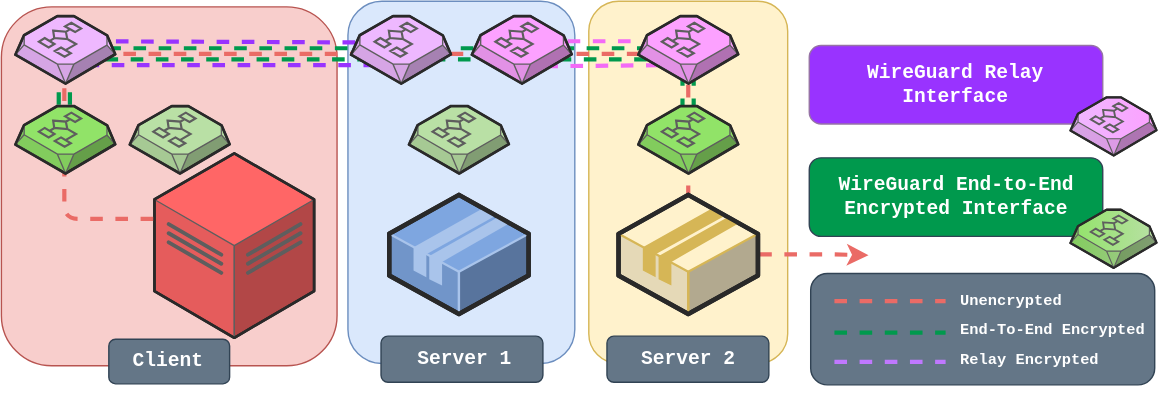
Before: media/Wiretap_E2EE.svg, a diagram exported from draw.io (sandialabs/wiretap). Source tidied: cells renumbered, new cells last; positions are measured from the earlier drawing's top-left corner, leaving out a move shared by most shapes.
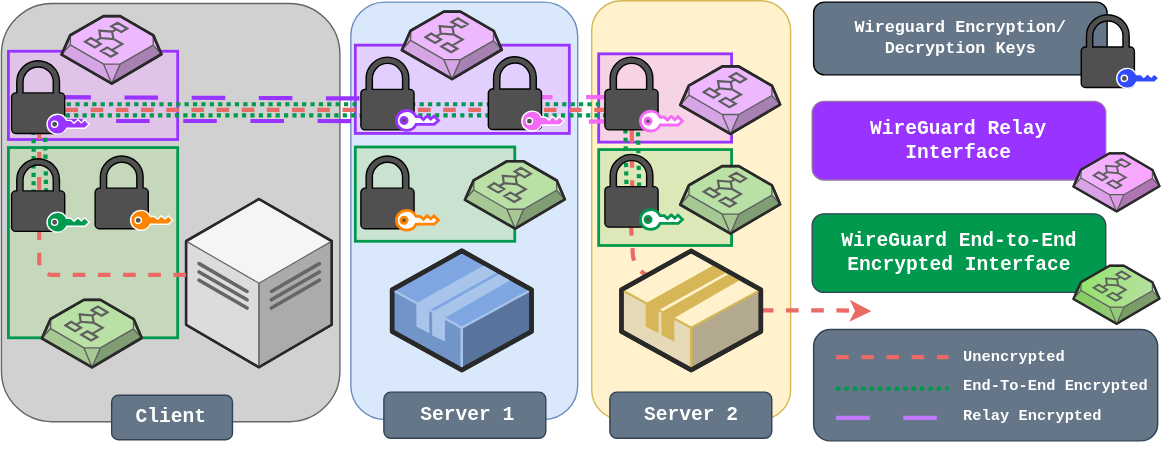
The same diagram one commit later.

Commit message:
better e2ee diagram

Change to the diagram source:
```diff
@@ -5,16 +5,35 @@
     <mxCell id="2" style="rounded=1;whiteSpace=wrap;html=1;fillColor=#fff2cc;strokeColor=#d6b656;" parent="1" vertex="1">
-      <mxGeometry x="420" y="0.4" width="142.2" height="259.1" as="geometry" />
+      <mxGeometry x="420" y="-40" width="142.2" height="299.4" as="geometry" />
     </mxCell>
     <mxCell id="3" style="rounded=1;whiteSpace=wrap;html=1;fillColor=#dae8fc;strokeColor=#6c8ebf;" parent="1" vertex="1">
-      <mxGeometry x="247.8" y="0.4" width="162.2" height="259.1" as="geometry" />
+      <mxGeometry x="247.8" y="-39" width="162.2" height="298.4" as="geometry" />
     </mxCell>
+    <mxCell id="48" style="rounded=0;whiteSpace=wrap;html=1;fillColor=#eeb8ff;strokeColor=#9933ff;strokeWidth=2;fillStyle=solid;fillOpacity=50;" parent="1" vertex="1">
+      <mxGeometry x="251" y="-8.2" width="153" height="63.1" as="geometry" />
+    </mxCell>
+    <mxCell id="49" style="rounded=0;whiteSpace=wrap;html=1;fillColor=#b9e0a5;strokeColor=#00994d;strokeWidth=2;fillStyle=solid;fillOpacity=50;" parent="1" vertex="1">
+      <mxGeometry x="251" y="64.6" width="114" height="67.4" as="geometry" />
+    </mxCell>
+    <mxCell id="50" style="rounded=0;whiteSpace=wrap;html=1;fillColor=#eeb8ff;strokeColor=#9933ff;strokeWidth=2;fillStyle=solid;fillOpacity=50;" parent="1" vertex="1">
+      <mxGeometry x="425" y="-2" width="95" height="63.1" as="geometry" />
+    </mxCell>
-    <mxCell id="4" style="rounded=1;whiteSpace=wrap;html=1;fillColor=#f8cecc;strokeColor=#b85450;" parent="1" vertex="1">
-      <mxGeometry y="4.4" width="240" height="256.6" as="geometry" />
+    <mxCell id="4" style="rounded=1;whiteSpace=wrap;html=1;fillColor=#D1D1D1;strokeColor=#666666;fontColor=#333333;" parent="1" vertex="1">
+      <mxGeometry x="-2" y="-38" width="242" height="299" as="geometry" />
     </mxCell>
+    <mxCell id="51" style="rounded=0;whiteSpace=wrap;html=1;fillColor=#b9e0a5;strokeColor=#00994d;strokeWidth=2;fillStyle=solid;fillOpacity=50;" parent="1" vertex="1">
+      <mxGeometry x="3" y="65" width="121" height="136" as="geometry" />
+    </mxCell>
+    <mxCell id="52" style="rounded=0;whiteSpace=wrap;html=1;fillColor=#eeb8ff;strokeColor=#9933ff;strokeWidth=2;fillStyle=solid;fillOpacity=50;" parent="1" vertex="1">
+      <mxGeometry x="3" y="-3.9" width="121" height="63.1" as="geometry" />
+    </mxCell>
-    <mxCell id="5" style="edgeStyle=orthogonalEdgeStyle;jettySize=auto;html=1;endArrow=none;endFill=0;dashed=1;rounded=1;strokeColor=#00994d;strokeWidth=3;flowAnimation=1;" parent="1" edge="1" source="41">
+    <mxCell id="5" style="edgeStyle=orthogonalEdgeStyle;orthogonalLoop=1;jettySize=auto;html=1;endArrow=none;endFill=0;dashed=1;rounded=1;strokeColor=#00994d;strokeWidth=3;flowAnimation=1;dashPattern=1 1;" parent="1" edge="1">
       <mxGeometry relative="1" as="geometry">
-        <mxPoint x="496" y="42" as="targetPoint" />
+        <mxPoint x="30" y="109" as="sourcePoint" />
+        <mxPoint x="431" y="47" as="targetPoint" />
         <Array as="points">
-          <mxPoint x="49" y="42" />
-          <mxPoint x="480" y="42" />
+          <mxPoint x="30" y="101" />
+          <mxPoint x="29" y="101" />
+          <mxPoint x="29" y="42" />
+          <mxPoint x="450" y="42" />
+          <mxPoint x="450" y="47" />
         </Array>
@@ -22,6 +41,6 @@
     </mxCell>
-    <mxCell id="6" style="edgeStyle=orthogonalEdgeStyle;orthogonalLoop=1;jettySize=auto;html=1;endArrow=none;endFill=0;dashed=1;rounded=1;strokeColor=#00994D;strokeWidth=3;flowAnimation=1;" parent="1" edge="1">
+    <mxCell id="6" style="edgeStyle=orthogonalEdgeStyle;orthogonalLoop=1;jettySize=auto;html=1;endArrow=none;endFill=0;dashed=1;rounded=1;strokeColor=#00994D;strokeWidth=3;flowAnimation=1;dashPattern=1 1;" parent="1" edge="1">
       <mxGeometry relative="1" as="geometry">
-        <mxPoint x="41" y="75.3" as="sourcePoint" />
-        <mxPoint x="510" y="34" as="targetPoint" />
+        <mxPoint x="21" y="98" as="sourcePoint" />
+        <mxPoint x="458" y="35" as="targetPoint" />
         <Array as="points">
@@ -44,4 +63,4 @@
     </mxCell>
-    <mxCell id="9" style="verticalLabelPosition=bottom;html=1;verticalAlign=top;strokeWidth=1;align=center;outlineConnect=0;dashed=0;outlineConnect=0;shape=mxgraph.aws3d.dataCenter;strokeColor=#5E5E5E;fillColor=#FF6666;gradientColor=none;" parent="1" vertex="1">
-      <mxGeometry x="109.4" y="109.2" width="114.2" height="131.8" as="geometry" />
+    <mxCell id="9" style="verticalLabelPosition=bottom;html=1;verticalAlign=top;strokeWidth=1;align=center;outlineConnect=0;dashed=0;outlineConnect=0;shape=mxgraph.aws3d.dataCenter;strokeColor=#666666;fillColor=#f5f5f5;fontColor=#333333;" parent="1" vertex="1">
+      <mxGeometry x="130" y="101.8" width="104.2" height="120.3" as="geometry" />
     </mxCell>
@@ -66,13 +85,16 @@
     <mxCell id="16" style="verticalLabelPosition=bottom;html=1;verticalAlign=top;strokeWidth=1;align=center;dashed=0;shape=mxgraph.aws3d.decider;fillColor=#b9e0a5;strokeColor=#5E5E5E;" parent="1" vertex="1">
-      <mxGeometry x="291.5" y="75.3" width="71.4" height="48.2" as="geometry" />
+      <mxGeometry x="329.4" y="74.8" width="71.4" height="48.2" as="geometry" />
     </mxCell>
+    <mxCell id="53" style="rounded=0;whiteSpace=wrap;html=1;fillColor=#b9e0a5;strokeColor=#00994d;strokeWidth=2;fillStyle=solid;fillOpacity=50;" parent="1" vertex="1">
+      <mxGeometry x="425" y="66.4" width="95" height="68.6" as="geometry" />
+    </mxCell>
-    <mxCell id="17" style="orthogonalLoop=1;jettySize=auto;html=1;endArrow=none;endFill=0;dashed=1;rounded=1;strokeColor=#9933FF;strokeWidth=3;flowAnimation=1;" parent="1" edge="1">
+    <mxCell id="17" style="orthogonalLoop=1;jettySize=auto;html=1;endArrow=none;endFill=0;dashed=1;rounded=1;strokeColor=#9933FF;strokeWidth=3;flowAnimation=1;dashPattern=8 8;" parent="1" edge="1">
       <mxGeometry relative="1" as="geometry">
-        <mxPoint x="63" y="29" as="sourcePoint" />
-        <mxPoint x="296" y="30" as="targetPoint" />
+        <mxPoint x="38" y="29" as="sourcePoint" />
+        <mxPoint x="289" y="30" as="targetPoint" />
       </mxGeometry>
     </mxCell>
-    <mxCell id="18" style="edgeStyle=orthogonalEdgeStyle;orthogonalLoop=1;jettySize=auto;html=1;endArrow=none;endFill=0;dashed=1;rounded=1;strokeColor=#9933ff;strokeWidth=3;flowAnimation=1;" parent="1" edge="1">
+    <mxCell id="18" style="edgeStyle=orthogonalEdgeStyle;orthogonalLoop=1;jettySize=auto;html=1;endArrow=none;endFill=0;dashed=1;rounded=1;strokeColor=#9933ff;strokeWidth=3;flowAnimation=1;dashPattern=8 8;" parent="1" edge="1">
       <mxGeometry relative="1" as="geometry">
-        <mxPoint x="60" y="46" as="sourcePoint" />
+        <mxPoint x="32" y="46" as="sourcePoint" />
         <mxPoint x="306" y="47" as="targetPoint" />
@@ -80,3 +102,3 @@
           <mxPoint x="290" y="46" />
-          <mxPoint x="290" y="45" />
+          <mxPoint x="306" y="45" />
         </Array>
@@ -84,4 +106,6 @@
     </mxCell>
-    <mxCell id="19" style="edgeStyle=none;rounded=1;jettySize=auto;html=1;shadow=0;dashed=1;strokeColor=#ea6b66;endArrow=none;endFill=0;strokeWidth=3;flowAnimation=1;" parent="1" edge="1" source="45" target="32">
-      <mxGeometry relative="1" as="geometry" />
+    <mxCell id="19" style="edgeStyle=none;rounded=1;jettySize=auto;html=1;shadow=0;dashed=1;strokeColor=#ea6b66;endArrow=none;endFill=0;strokeWidth=3;flowAnimation=1;" parent="1" edge="1" source="61">
+      <mxGeometry relative="1" as="geometry">
+        <mxPoint x="449" y="95" as="targetPoint" />
+      </mxGeometry>
     </mxCell>
@@ -120,3 +144,3 @@
     </mxCell>
-    <mxCell id="30" style="endArrow=none;dashed=1;html=1;rounded=0;strokeWidth=3;strokeColor=#00994d;shadow=0;flowAnimation=1;" parent="1" edge="1">
+    <mxCell id="30" style="endArrow=none;dashed=1;html=1;rounded=0;strokeWidth=3;strokeColor=#00994d;shadow=0;flowAnimation=1;dashPattern=1 1;" parent="1" edge="1">
       <mxGeometry relative="1" as="geometry">
@@ -126,3 +150,3 @@
     </mxCell>
-    <mxCell id="31" style="endArrow=none;dashed=1;html=1;rounded=0;strokeWidth=3;strokeColor=#C078FF;flowAnimation=1;" parent="1" edge="1">
+    <mxCell id="31" style="endArrow=none;dashed=1;html=1;rounded=0;strokeWidth=3;strokeColor=#C078FF;flowAnimation=1;dashPattern=8 8;" parent="1" edge="1">
       <mxGeometry relative="1" as="geometry">
@@ -132,5 +156,2 @@
     </mxCell>
-    <mxCell id="32" style="verticalLabelPosition=bottom;html=1;verticalAlign=top;strokeWidth=1;align=center;outlineConnect=0;dashed=0;outlineConnect=0;shape=mxgraph.aws3d.application2;fillColor=#fff2cc;strokeColor=#d6b656;" parent="1" vertex="1">
-      <mxGeometry x="441.3" y="138.8" width="99.7" height="85.2" as="geometry" />
-    </mxCell>
     <mxCell id="33" style="group;" parent="1" vertex="1">
@@ -148,3 +169,4 @@
         <Array as="points">
-          <mxPoint x="45" y="156" />
+          <mxPoint x="25" y="156" />
+          <mxPoint x="25" y="38" />
         </Array>
@@ -152,47 +174,110 @@
     </mxCell>
-    <mxCell id="37" style="orthogonalLoop=1;jettySize=auto;html=1;endArrow=none;endFill=0;dashed=1;rounded=1;strokeColor=#f36af6;strokeWidth=3;flowAnimation=1;" parent="1" edge="1">
+    <mxCell id="37" style="orthogonalLoop=1;jettySize=auto;html=1;endArrow=none;endFill=0;dashed=1;rounded=1;strokeColor=#f36af6;strokeWidth=3;flowAnimation=1;dashPattern=8 8;" parent="1" edge="1">
       <mxGeometry relative="1" as="geometry">
         <mxPoint x="368" y="29" as="sourcePoint" />
-        <mxPoint x="471" y="29" as="targetPoint" />
+        <mxPoint x="460" y="29" as="targetPoint" />
       </mxGeometry>
     </mxCell>
-    <mxCell id="38" style="orthogonalLoop=1;jettySize=auto;html=1;endArrow=none;endFill=0;dashed=1;rounded=1;strokeColor=#f36af6;strokeWidth=3;flowAnimation=1;" parent="1" edge="1">
+    <mxCell id="38" style="orthogonalLoop=1;jettySize=auto;html=1;endArrow=none;endFill=0;dashed=1;rounded=1;strokeColor=#f36af6;strokeWidth=3;flowAnimation=1;dashPattern=8 8;" parent="1" edge="1">
       <mxGeometry relative="1" as="geometry">
         <mxPoint x="370" y="47" as="sourcePoint" />
-        <mxPoint x="488" y="46" as="targetPoint" />
+        <mxPoint x="455" y="46" as="targetPoint" />
       </mxGeometry>
     </mxCell>
-    <mxCell id="39" style="endArrow=none;html=1;rounded=1;shadow=0;dashed=1;strokeColor=#00994d;strokeWidth=3;flowAnimation=1;" parent="1" edge="1">
+    <mxCell id="39" style="endArrow=none;html=1;rounded=1;shadow=0;dashed=1;strokeColor=#00994d;strokeWidth=3;flowAnimation=1;dashPattern=1 1;" parent="1" edge="1">
       <mxGeometry relative="1" as="geometry">
-        <mxPoint x="487" y="51" as="sourcePoint" />
-        <mxPoint x="487" y="88" as="targetPoint" />
+        <mxPoint x="444" y="46" as="sourcePoint" />
+        <mxPoint x="445" y="100" as="targetPoint" />
       </mxGeometry>
     </mxCell>
-    <mxCell id="40" style="endArrow=none;html=1;rounded=1;shadow=0;dashed=1;strokeColor=#00994d;strokeWidth=3;flowAnimation=1;" parent="1" edge="1">
+    <mxCell id="40" style="endArrow=none;html=1;rounded=1;shadow=0;dashed=1;strokeColor=#00994d;strokeWidth=3;flowAnimation=1;dashPattern=1 1;" parent="1" edge="1">
       <mxGeometry relative="1" as="geometry">
-        <mxPoint x="495" y="51" as="sourcePoint" />
-        <mxPoint x="495" y="88" as="targetPoint" />
+        <mxPoint x="453" y="48" as="sourcePoint" />
+        <mxPoint x="454" y="101.4" as="targetPoint" />
       </mxGeometry>
     </mxCell>
-    <mxCell id="41" style="verticalLabelPosition=bottom;html=1;verticalAlign=top;strokeWidth=1;align=center;outlineConnect=0;dashed=0;outlineConnect=0;shape=mxgraph.aws3d.decider;fillColor=#91e368;strokeColor=#5E5E5E;" parent="1" vertex="1">
-      <mxGeometry x="10" y="75.3" width="71.4" height="48.2" as="geometry" />
-    </mxCell>
     <mxCell id="42" style="verticalLabelPosition=bottom;html=1;verticalAlign=top;strokeWidth=1;align=center;dashed=0;shape=mxgraph.aws3d.decider;fillColor=#EEB8FF;strokeColor=#5e5e5e;" parent="1" vertex="1">
-      <mxGeometry x="10" y="11" width="71.4" height="48.2" as="geometry" />
+      <mxGeometry x="41" y="-29" width="71.4" height="48.2" as="geometry" />
     </mxCell>
     <mxCell id="43" style="verticalLabelPosition=bottom;html=1;verticalAlign=top;strokeWidth=1;align=center;dashed=0;shape=mxgraph.aws3d.decider;fillColor=#eeb8ff;strokeColor=#5E5E5E;gradientColor=none;" parent="1" vertex="1">
-      <mxGeometry x="250" y="11" width="71.4" height="48.2" as="geometry" />
+      <mxGeometry x="284.3" y="-32.2" width="71.4" height="48.2" as="geometry" />
     </mxCell>
-    <mxCell id="44" style="verticalLabelPosition=bottom;html=1;verticalAlign=top;strokeWidth=1;align=center;dashed=0;shape=mxgraph.aws3d.decider;fillColor=#FCA1FF;strokeColor=#5E5E5E;gradientColor=none;" parent="1" vertex="1">
-      <mxGeometry x="336.4" y="11" width="71.4" height="48.2" as="geometry" />
-    </mxCell>
-    <mxCell id="45" style="verticalLabelPosition=bottom;html=1;verticalAlign=top;strokeWidth=1;align=center;outlineConnect=0;outlineConnect=0;shape=mxgraph.aws3d.decider;fillColor=#fca1ff;strokeColor=#5E5E5E;gradientColor=none;" parent="1" vertex="1">
-      <mxGeometry x="455.4" y="11" width="71.4" height="48.2" as="geometry" />
+    <mxCell id="45" style="verticalLabelPosition=bottom;html=1;verticalAlign=top;strokeWidth=1;align=center;outlineConnect=0;outlineConnect=0;shape=mxgraph.aws3d.decider;fillColor=#eeb8ff;strokeColor=#5E5E5E;gradientColor=none;" parent="1" vertex="1">
+      <mxGeometry x="483.3" y="7" width="71.4" height="48.2" as="geometry" />
     </mxCell>
-    <mxCell id="46" style="verticalLabelPosition=bottom;html=1;verticalAlign=top;strokeWidth=1;align=center;dashed=0;shape=mxgraph.aws3d.decider;fillColor=#91e368;strokeColor=#5E5E5E;" parent="1" vertex="1">
-      <mxGeometry x="455.4" y="75.3" width="71.4" height="48.2" as="geometry" />
+    <mxCell id="46" style="verticalLabelPosition=bottom;html=1;verticalAlign=top;strokeWidth=1;align=center;dashed=0;shape=mxgraph.aws3d.decider;fillColor=#b9e0a5;strokeColor=#5E5E5E;" parent="1" vertex="1">
+      <mxGeometry x="483.3" y="78.3" width="71.4" height="48.2" as="geometry" />
     </mxCell>
     <mxCell id="47" style="verticalLabelPosition=bottom;html=1;verticalAlign=top;strokeWidth=1;align=center;dashed=0;shape=mxgraph.aws3d.decider;fillColor=#b9e0a5;strokeColor=#5E5E5E;" parent="1" vertex="1">
-      <mxGeometry x="91.8" y="75.3" width="71.4" height="48.2" as="geometry" />
+      <mxGeometry x="26.9" y="173.9" width="71.4" height="48.2" as="geometry" />
     </mxCell>
+    <mxCell id="54" style="edgeStyle=none;rounded=1;orthogonalLoop=1;jettySize=auto;html=1;shadow=0;dashed=1;strokeColor=#ea6b66;endArrow=none;endFill=0;strokeWidth=3;flowAnimation=1;" parent="1" edge="1">
+      <mxGeometry relative="1" as="geometry">
+        <mxPoint x="448" y="119" as="sourcePoint" />
+        <mxPoint x="476" y="165" as="targetPoint" />
+        <Array as="points">
+          <mxPoint x="450" y="151" />
+        </Array>
+      </mxGeometry>
+    </mxCell>
+    <mxCell id="55" style="sketch=0;shadow=0;dashed=0;html=1;strokeColor=default;fillColor=#505050;labelPosition=center;verticalLabelPosition=bottom;verticalAlign=top;align=center;shape=mxgraph.office.security.lock_protected;" parent="1" vertex="1">
+      <mxGeometry x="5.2" y="72.9" width="38" height="52" as="geometry" />
+    </mxCell>
+    <mxCell id="56" style="sketch=0;shadow=0;dashed=0;html=1;strokeColor=#ffffff;labelPosition=center;verticalLabelPosition=bottom;verticalAlign=top;align=center;shape=mxgraph.office.security.key_permissions;fillColor=#00994d;rotation=-90;" parent="1" vertex="1">
+      <mxGeometry x="38.6" y="103.3" width="14.2" height="30.1" as="geometry" />
+    </mxCell>
+    <mxCell id="57" style="sketch=0;shadow=0;dashed=0;html=1;strokeColor=default;fillColor=#505050;labelPosition=center;verticalLabelPosition=bottom;verticalAlign=top;align=center;shape=mxgraph.office.security.lock_protected;" parent="1" vertex="1">
+      <mxGeometry x="65" y="71" width="38" height="52" as="geometry" />
+    </mxCell>
+    <mxCell id="58" style="sketch=0;shadow=0;dashed=0;html=1;strokeColor=#ffffff;labelPosition=center;verticalLabelPosition=bottom;verticalAlign=top;align=center;shape=mxgraph.office.security.key_permissions;fillColor=#ff8400;rotation=-90;" parent="1" vertex="1">
+      <mxGeometry x="98.3" y="101.9" width="14.2" height="30.1" as="geometry" />
+    </mxCell>
+    <mxCell id="59" style="sketch=0;shadow=0;dashed=0;html=1;strokeColor=default;fillColor=#505050;labelPosition=center;verticalLabelPosition=bottom;verticalAlign=top;align=center;shape=mxgraph.office.security.lock_protected;" parent="1" vertex="1">
+      <mxGeometry x="429.5" y="69.9" width="38" height="52" as="geometry" />
+    </mxCell>
+    <mxCell id="60" style="sketch=0;shadow=0;dashed=0;html=1;strokeColor=#00994d;labelPosition=center;verticalLabelPosition=bottom;verticalAlign=top;align=center;shape=mxgraph.office.security.key_permissions;fillColor=#FFFFFF;rotation=-90;strokeWidth=2;" parent="1" vertex="1">
+      <mxGeometry x="462.8" y="101.4" width="14.2" height="30.1" as="geometry" />
+    </mxCell>
+    <mxCell id="61" style="sketch=0;shadow=0;dashed=0;html=1;strokeColor=default;fillColor=#505050;labelPosition=center;verticalLabelPosition=bottom;verticalAlign=top;outlineConnect=0;align=center;shape=mxgraph.office.security.lock_protected;" parent="1" vertex="1">
+      <mxGeometry x="429.5" y="0.4" width="38" height="52" as="geometry" />
+    </mxCell>
+    <mxCell id="62" style="sketch=0;shadow=0;dashed=0;html=1;strokeColor=#f36af6;labelPosition=center;verticalLabelPosition=bottom;verticalAlign=top;align=center;shape=mxgraph.office.security.key_permissions;fillColor=#FFFFFF;rotation=-90;strokeWidth=2;" parent="1" vertex="1">
+      <mxGeometry x="462.8" y="31" width="14.2" height="30.1" as="geometry" />
+    </mxCell>
+    <mxCell id="63" style="sketch=0;shadow=0;dashed=0;html=1;strokeColor=default;fillColor=#505050;labelPosition=center;verticalLabelPosition=bottom;verticalAlign=top;align=center;shape=mxgraph.office.security.lock_protected;" parent="1" vertex="1">
+      <mxGeometry x="255" y="0.4" width="38" height="52" as="geometry" />
+    </mxCell>
+    <mxCell id="64" style="sketch=0;shadow=0;dashed=0;html=1;strokeColor=#9933ff;labelPosition=center;verticalLabelPosition=bottom;verticalAlign=top;align=center;shape=mxgraph.office.security.key_permissions;fillColor=#FFFFFF;rotation=-90;strokeWidth=2;" parent="1" vertex="1">
+      <mxGeometry x="288.3" y="30.5" width="14.2" height="30.1" as="geometry" />
+    </mxCell>
+    <mxCell id="65" style="sketch=0;shadow=0;dashed=0;html=1;strokeColor=default;fillColor=#505050;labelPosition=center;verticalLabelPosition=bottom;verticalAlign=top;align=center;shape=mxgraph.office.security.lock_protected;" parent="1" vertex="1">
+      <mxGeometry x="346.1" y="0.1" width="38" height="52" as="geometry" />
+    </mxCell>
+    <mxCell id="66" style="sketch=0;shadow=0;dashed=0;html=1;strokeColor=#ffffff;labelPosition=center;verticalLabelPosition=bottom;verticalAlign=top;align=center;shape=mxgraph.office.security.key_permissions;fillColor=#f36af6;rotation=-90;strokeWidth=1;" parent="1" vertex="1">
+      <mxGeometry x="378" y="31" width="14.2" height="30.1" as="geometry" />
+    </mxCell>
+    <mxCell id="67" style="sketch=0;shadow=0;dashed=0;html=1;strokeColor=default;fillColor=#505050;labelPosition=center;verticalLabelPosition=bottom;verticalAlign=top;align=center;shape=mxgraph.office.security.lock_protected;" parent="1" vertex="1">
+      <mxGeometry x="5.2" y="2.9" width="38" height="52" as="geometry" />
+    </mxCell>
+    <mxCell id="68" style="sketch=0;shadow=0;dashed=0;html=1;strokeColor=#ffffff;labelPosition=center;verticalLabelPosition=bottom;verticalAlign=top;align=center;shape=mxgraph.office.security.key_permissions;fillColor=#9933ff;rotation=-90;" parent="1" vertex="1">
+      <mxGeometry x="38.5" y="33.3" width="14.2" height="30.1" as="geometry" />
+    </mxCell>
+    <mxCell id="69" style="sketch=0;shadow=0;dashed=0;html=1;strokeColor=default;fillColor=#505050;labelPosition=center;verticalLabelPosition=bottom;verticalAlign=top;align=center;shape=mxgraph.office.security.lock_protected;" parent="1" vertex="1">
+      <mxGeometry x="255" y="71" width="38" height="52" as="geometry" />
+    </mxCell>
+    <mxCell id="70" style="sketch=0;shadow=0;dashed=0;html=1;strokeColor=#ff8400;labelPosition=center;verticalLabelPosition=bottom;verticalAlign=top;align=center;shape=mxgraph.office.security.key_permissions;fillColor=#ffffff;rotation=-90;strokeWidth=2;" parent="1" vertex="1">
+      <mxGeometry x="288.3" y="101.9" width="14.2" height="30.1" as="geometry" />
+    </mxCell>
+    <mxCell id="32" style="verticalLabelPosition=bottom;html=1;verticalAlign=top;strokeWidth=1;align=center;outlineConnect=0;dashed=0;outlineConnect=0;shape=mxgraph.aws3d.application2;fillColor=#fff2cc;strokeColor=#d6b656;" parent="1" vertex="1">
+      <mxGeometry x="441.3" y="138.8" width="99.7" height="85.2" as="geometry" />
+    </mxCell>
+    <mxCell id="71" value="&lt;div style=&quot;&quot;&gt;&lt;span style=&quot;background-color: initial;&quot;&gt;&lt;font color=&quot;#ffffff&quot;&gt;Wireguard Encryption/&lt;/font&gt;&lt;/span&gt;&lt;/div&gt;&lt;div style=&quot;&quot;&gt;&lt;span style=&quot;background-color: initial;&quot;&gt;&lt;font color=&quot;#ffffff&quot;&gt;Decryption&amp;nbsp;&lt;/font&gt;&lt;/span&gt;&lt;span style=&quot;color: rgb(255, 255, 255); background-color: initial;&quot;&gt;Keys&lt;/span&gt;&lt;/div&gt;&lt;div&gt;&lt;i&gt;&lt;/i&gt;&lt;/div&gt;" style="text;html=1;strokeColor=#000000;fillColor=#647687;align=center;verticalAlign=middle;whiteSpace=wrap;rounded=1;fontFamily=Courier New;fontStyle=1;" parent="1" vertex="1">
+      <mxGeometry x="578.6" y="-39" width="209.8" height="52" as="geometry" />
+    </mxCell>
+    <mxCell id="72" style="sketch=0;shadow=0;dashed=0;html=1;strokeColor=#000000;fillColor=#505050;labelPosition=center;verticalLabelPosition=bottom;verticalAlign=top;align=center;shape=mxgraph.office.security.lock_protected;" parent="1" vertex="1">
+      <mxGeometry x="770" y="-29.9" width="38" height="52" as="geometry" />
+    </mxCell>
+    <mxCell id="73" style="sketch=0;shadow=0;dashed=0;html=1;strokeColor=#ffffff;labelPosition=center;verticalLabelPosition=bottom;verticalAlign=top;align=center;shape=mxgraph.office.security.key_permissions;fillColor=#334bff;rotation=-90;" parent="1" vertex="1">
+      <mxGeometry x="803.3" y="0.4" width="14.2" height="30.1" as="geometry" />
+    </mxCell>
   </root>
```
